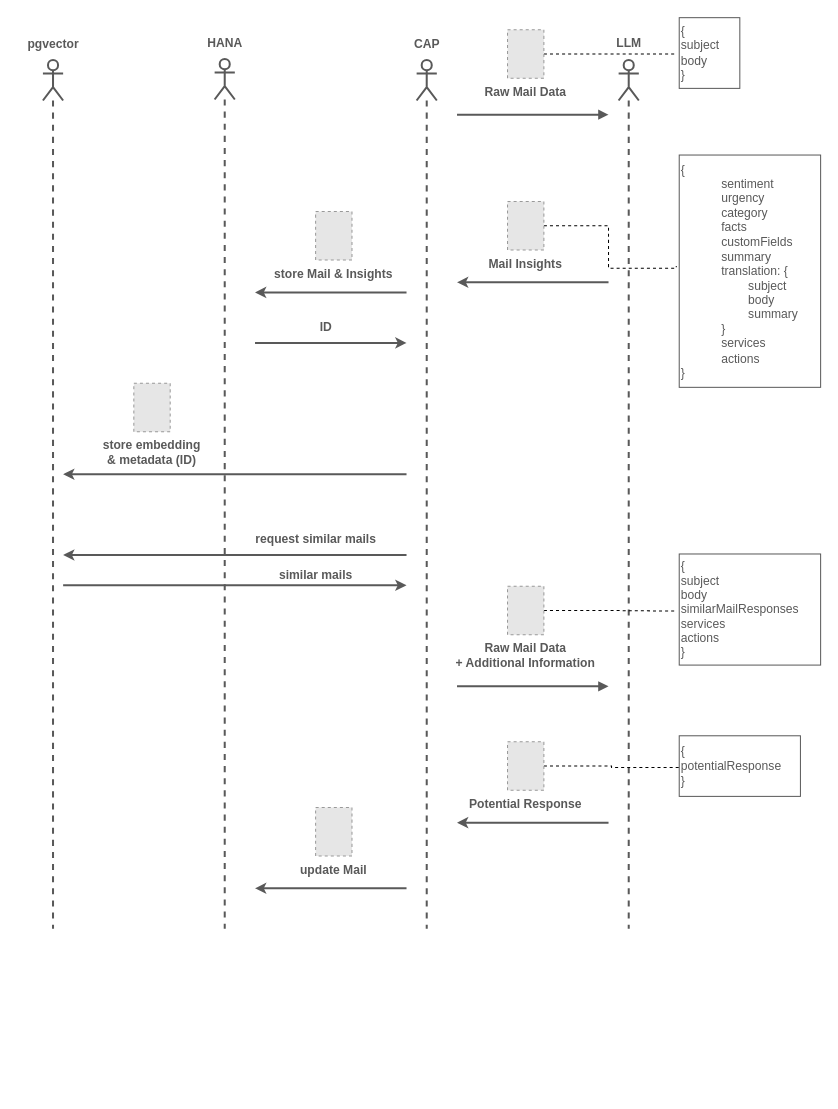
Before: docs/insights_generation.drawio in SAP-samples/btp-cap-genai-rag, a draw.io diagram. Source tidied: cells renumbered, new cells numbered last; positions are measured from the earlier drawing's top-left corner, leaving out a move shared by most shapes. Both pictures are drawn from the tidied source at 101%, with x=0, y=0 at pixel (17, 17). Pictures stored in the file or linked from it are replaced by grey dashed boxes.
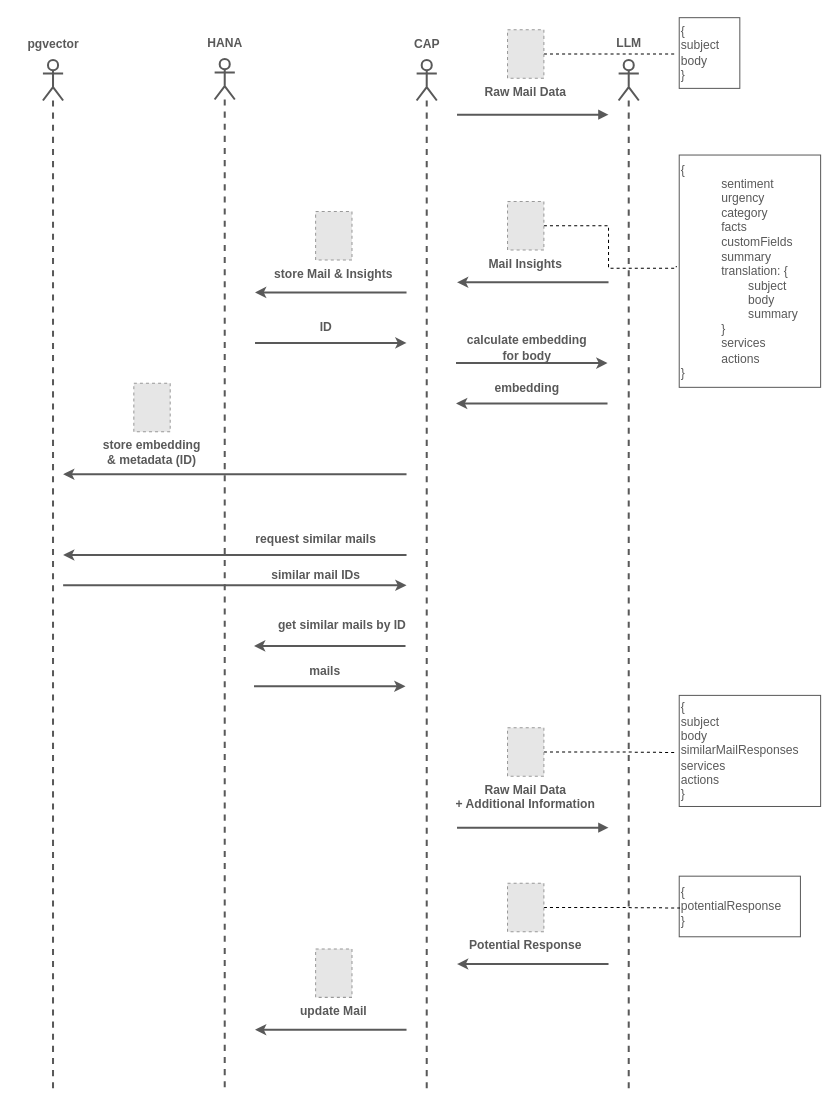
The same diagram, later.

Change to the diagram source:
```diff
@@
     <mxCell id="5" style="shape=umlLifeline;participant=umlActor;perimeter=lifelinePerimeter;whiteSpace=wrap;html=1;verticalAlign=top;spacingTop=36;fontColor=#595959;strokeWidth=2;strokeColor=#595959;" parent="1" vertex="1">
-      <mxGeometry x="395" y="42" width="20" height="860" as="geometry" />
+      <mxGeometry x="395" y="42" width="20" height="1020" as="geometry" />
     </mxCell>
     <mxCell id="6" style="shape=umlLifeline;participant=umlActor;perimeter=lifelinePerimeter;whiteSpace=wrap;html=1;verticalAlign=top;spacingTop=36;fontColor=#595959;strokeWidth=2;strokeColor=#595959;" parent="1" vertex="1">
-      <mxGeometry x="595" y="42" width="20" height="860" as="geometry" />
+      <mxGeometry x="595" y="42" width="20" height="1020" as="geometry" />
     </mxCell>
@@
     <mxCell id="14" style="shape=umlLifeline;participant=umlActor;perimeter=lifelinePerimeter;whiteSpace=wrap;html=1;verticalAlign=top;spacingTop=36;fontColor=#595959;strokeWidth=2;strokeColor=#595959;" parent="1" vertex="1">
-      <mxGeometry x="195" y="41" width="20" height="861" as="geometry" />
+      <mxGeometry x="195" y="41" width="20" height="1021" as="geometry" />
     </mxCell>
@@
     <mxCell id="16" style="shape=umlLifeline;participant=umlActor;perimeter=lifelinePerimeter;whiteSpace=wrap;html=1;verticalAlign=top;spacingTop=36;fontColor=#595959;strokeWidth=2;strokeColor=#595959;" parent="1" vertex="1">
-      <mxGeometry x="25" y="42" width="20" height="860" as="geometry" />
+      <mxGeometry x="25" y="42" width="20" height="1020" as="geometry" />
     </mxCell>
@@
-    <mxCell id="27" value="&lt;b&gt;similar mails&lt;/b&gt;" style="text;html=1;align=center;verticalAlign=middle;strokeColor=none;fillColor=none;fontColor=#595959;" parent="1" vertex="1">
-      <mxGeometry x="245" y="537" width="100" height="30" as="geometry" />
+    <mxCell id="27" value="&lt;b&gt;similar mail IDs&lt;/b&gt;" style="text;html=1;align=center;verticalAlign=middle;strokeColor=none;fillColor=none;fontColor=#595959;" parent="1" vertex="1">
+      <mxGeometry x="240" y="537" width="110" height="30" as="geometry" />
     </mxCell>
     <mxCell id="28" style="endArrow=block;html=1;strokeColor=#595959;strokeWidth=2;fontSize=11;fontColor=#FFFFFF;edgeStyle=orthogonalEdgeStyle;rounded=0;jumpSize=5;endSize=5;startSize=5;endFill=1;entryX=0;entryY=0.5;entryDx=0;entryDy=0;" parent="1" edge="1">
       <mxGeometry relative="1" as="geometry">
-        <mxPoint x="435" y="662" as="sourcePoint" />
-        <mxPoint x="585" y="662" as="targetPoint" />
+        <mxPoint x="435" y="802" as="sourcePoint" />
+        <mxPoint x="585" y="802" as="targetPoint" />
       </mxGeometry>
     </mxCell>
@@
     <mxCell id="30" value="Raw Mail Data &#10;+ Additional Information" style="fillColor=#E6E6E6;strokeColor=#999999;dashed=1;verticalLabelPosition=bottom;verticalAlign=top;fontColor=#595959;fontStyle=1;" parent="1" vertex="1">
-      <mxGeometry x="485" y="563" width="36" height="48" as="geometry" />
+      <mxGeometry x="485" y="703" width="36" height="48" as="geometry" />
     </mxCell>
     <mxCell id="31" value="&lt;div style=&quot;&quot;&gt;&lt;span style=&quot;background-color: initial;&quot;&gt;{&lt;/span&gt;&lt;/div&gt;&lt;span style=&quot;background-color: initial;&quot;&gt;subject&lt;/span&gt;&lt;br&gt;&lt;span style=&quot;background-color: initial;&quot;&gt;body&lt;/span&gt;&lt;br&gt;&lt;span style=&quot;background-color: initial;&quot;&gt;similarMailResponses&lt;/span&gt;&lt;br&gt;&lt;span style=&quot;background-color: initial;&quot;&gt;services&lt;/span&gt;&lt;br&gt;&lt;div style=&quot;&quot;&gt;&lt;span style=&quot;background-color: initial;&quot;&gt;actions&lt;/span&gt;&lt;/div&gt;&lt;div style=&quot;&quot;&gt;&lt;span style=&quot;background-color: initial;&quot;&gt;}&lt;/span&gt;&lt;/div&gt;" style="text;html=1;align=left;verticalAlign=middle;points=[];strokeColor=#595959;fillColor=default;fontColor=#595959;" parent="1" vertex="1">
-      <mxGeometry x="655" y="531" width="140" height="110" as="geometry" />
+      <mxGeometry x="655" y="671" width="140" height="110" as="geometry" />
     </mxCell>
     <mxCell id="32" style="endArrow=none;html=1;strokeColor=#595959;strokeWidth=2;fontSize=11;fontColor=#FFFFFF;edgeStyle=orthogonalEdgeStyle;rounded=0;jumpSize=5;endSize=5;startSize=5;endFill=0;entryX=0;entryY=0.5;entryDx=0;entryDy=0;startArrow=classic;startFill=1;" parent="1" edge="1">
       <mxGeometry relative="1" as="geometry">
-        <mxPoint x="435" y="797" as="sourcePoint" />
-        <mxPoint x="585" y="797" as="targetPoint" />
+        <mxPoint x="435" y="937" as="sourcePoint" />
+        <mxPoint x="585" y="937" as="targetPoint" />
       </mxGeometry>
     </mxCell>
     <mxCell id="33" value="&lt;div style=&quot;&quot;&gt;&lt;span style=&quot;background-color: initial;&quot;&gt;{&lt;/span&gt;&lt;/div&gt;&lt;div style=&quot;&quot;&gt;&lt;span style=&quot;background-color: initial;&quot;&gt;potentialResponse&lt;/span&gt;&lt;/div&gt;&lt;div style=&quot;&quot;&gt;&lt;span style=&quot;background-color: initial;&quot;&gt;}&lt;/span&gt;&lt;/div&gt;" style="text;html=1;align=left;verticalAlign=middle;points=[];strokeColor=#595959;fillColor=default;fontColor=#595959;perimeterSpacing=0;" parent="1" vertex="1">
-      <mxGeometry x="655" y="711" width="120" height="60" as="geometry" />
+      <mxGeometry x="655" y="850" width="120" height="60" as="geometry" />
     </mxCell>
@@
     <mxCell id="35" value="Potential Response" style="fillColor=#E6E6E6;strokeColor=#999999;dashed=1;verticalLabelPosition=bottom;verticalAlign=top;fontColor=#595959;fontStyle=1;" parent="1" vertex="1">
-      <mxGeometry x="485" y="717" width="36" height="48" as="geometry" />
+      <mxGeometry x="485" y="857" width="36" height="48" as="geometry" />
     </mxCell>
     <mxCell id="36" style="endArrow=none;html=1;strokeColor=#595959;strokeWidth=2;fontSize=11;fontColor=#FFFFFF;edgeStyle=orthogonalEdgeStyle;rounded=0;jumpSize=5;endSize=5;startSize=5;endFill=0;entryX=0;entryY=0.5;entryDx=0;entryDy=0;startArrow=classic;startFill=1;" parent="1" edge="1">
       <mxGeometry relative="1" as="geometry">
-        <mxPoint x="235" y="862" as="sourcePoint" />
-        <mxPoint x="385" y="862" as="targetPoint" />
+        <mxPoint x="235" y="1002" as="sourcePoint" />
+        <mxPoint x="385" y="1002" as="targetPoint" />
       </mxGeometry>
     </mxCell>
     <mxCell id="37" value="update Mail" style="fillColor=#E6E6E6;strokeColor=#999999;dashed=1;verticalLabelPosition=bottom;verticalAlign=top;fontColor=#595959;fontStyle=1;" parent="1" vertex="1">
-      <mxGeometry x="295" y="782" width="36" height="48" as="geometry" />
+      <mxGeometry x="295" y="922" width="36" height="48" as="geometry" />
     </mxCell>
+    <mxCell id="38" style="endArrow=classic;html=1;strokeColor=#595959;strokeWidth=2;fontSize=11;fontColor=#FFFFFF;edgeStyle=orthogonalEdgeStyle;rounded=0;jumpSize=5;endSize=5;startSize=5;endFill=1;startArrow=none;startFill=0;" parent="1" edge="1">
+      <mxGeometry relative="1" as="geometry">
+        <mxPoint x="434" y="342" as="sourcePoint" />
+        <mxPoint x="584" y="342" as="targetPoint" />
+      </mxGeometry>
+    </mxCell>
+    <mxCell id="39" value="&lt;b&gt;calculate embedding&lt;br&gt;for body&lt;br&gt;&lt;/b&gt;" style="text;html=1;align=center;verticalAlign=middle;strokeColor=none;fillColor=none;fontColor=#595959;" parent="1" vertex="1">
+      <mxGeometry x="434" y="307" width="140" height="40" as="geometry" />
+    </mxCell>
+    <mxCell id="40" style="endArrow=none;html=1;strokeColor=#595959;strokeWidth=2;fontSize=11;fontColor=#FFFFFF;edgeStyle=orthogonalEdgeStyle;rounded=0;jumpSize=5;endSize=5;startSize=5;endFill=0;entryX=0;entryY=0.5;entryDx=0;entryDy=0;startArrow=classic;startFill=1;" parent="1" edge="1">
+      <mxGeometry relative="1" as="geometry">
+        <mxPoint x="434" y="382" as="sourcePoint" />
+        <mxPoint x="584" y="382" as="targetPoint" />
+      </mxGeometry>
+    </mxCell>
+    <mxCell id="41" value="&lt;b&gt;embedding&lt;br&gt;&lt;/b&gt;" style="text;html=1;align=center;verticalAlign=middle;strokeColor=none;fillColor=none;fontColor=#595959;" parent="1" vertex="1">
+      <mxGeometry x="459" y="352" width="90" height="30" as="geometry" />
+    </mxCell>
+    <mxCell id="42" style="endArrow=none;html=1;strokeColor=#595959;strokeWidth=2;fontSize=11;fontColor=#FFFFFF;edgeStyle=orthogonalEdgeStyle;rounded=0;jumpSize=5;endSize=5;startSize=5;endFill=0;entryX=0;entryY=0.5;entryDx=0;entryDy=0;startArrow=classic;startFill=1;" parent="1" edge="1">
+      <mxGeometry relative="1" as="geometry">
+        <mxPoint x="234" y="622" as="sourcePoint" />
+        <mxPoint x="384" y="622" as="targetPoint" />
+      </mxGeometry>
+    </mxCell>
+    <mxCell id="43" style="endArrow=classic;html=1;strokeColor=#595959;strokeWidth=2;fontSize=11;fontColor=#FFFFFF;edgeStyle=orthogonalEdgeStyle;rounded=0;jumpSize=5;endSize=5;startSize=5;endFill=1;startArrow=none;startFill=0;" parent="1" edge="1">
+      <mxGeometry relative="1" as="geometry">
+        <mxPoint x="234" y="662" as="sourcePoint" />
+        <mxPoint x="384" y="662" as="targetPoint" />
+      </mxGeometry>
+    </mxCell>
+    <mxCell id="44" value="&lt;b&gt;mails&lt;/b&gt;" style="text;html=1;align=center;verticalAlign=middle;strokeColor=none;fillColor=none;fontColor=#595959;" parent="1" vertex="1">
+      <mxGeometry x="279" y="632" width="50" height="30" as="geometry" />
+    </mxCell>
+    <mxCell id="45" value="&lt;b&gt;get similar mails by ID&lt;/b&gt;" style="text;html=1;align=center;verticalAlign=middle;strokeColor=none;fillColor=none;fontColor=#595959;" parent="1" vertex="1">
+      <mxGeometry x="246" y="587" width="150" height="30" as="geometry" />
+    </mxCell>
```
